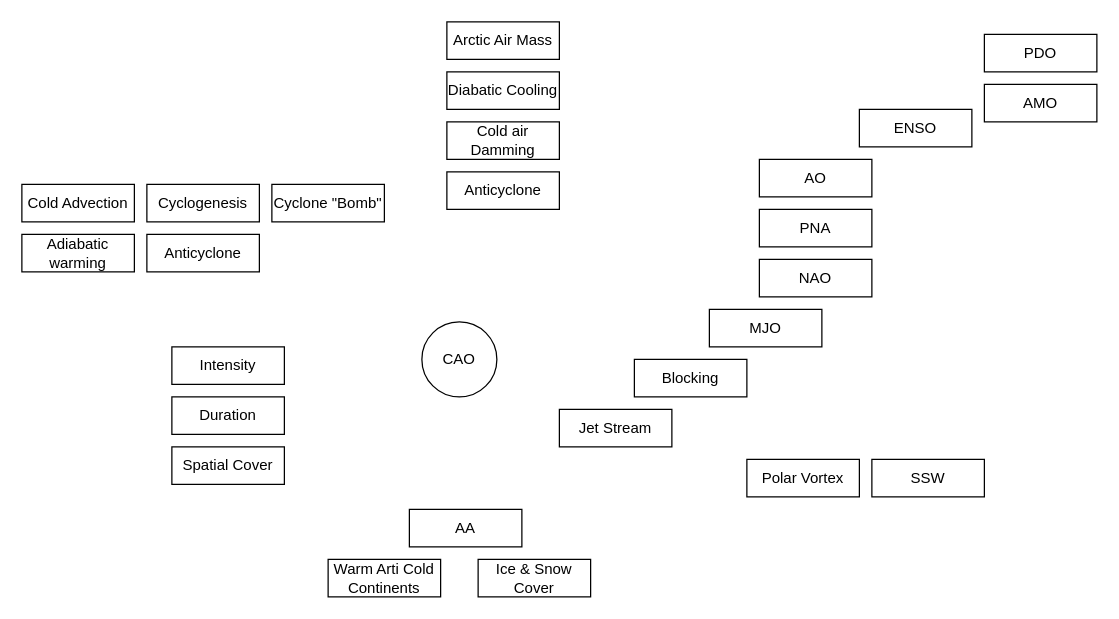
Above: diagrams/CAO.drawio in britols/britols.github.io (draw.io), before the change. Source tidied: cells renumbered, new cells numbered last; positions are measured from the earlier drawing's top-left corner, leaving out a move shared by most shapes. Both pictures are drawn from the tidied source at 125%, with x=0, y=0 at pixel (21, 21).
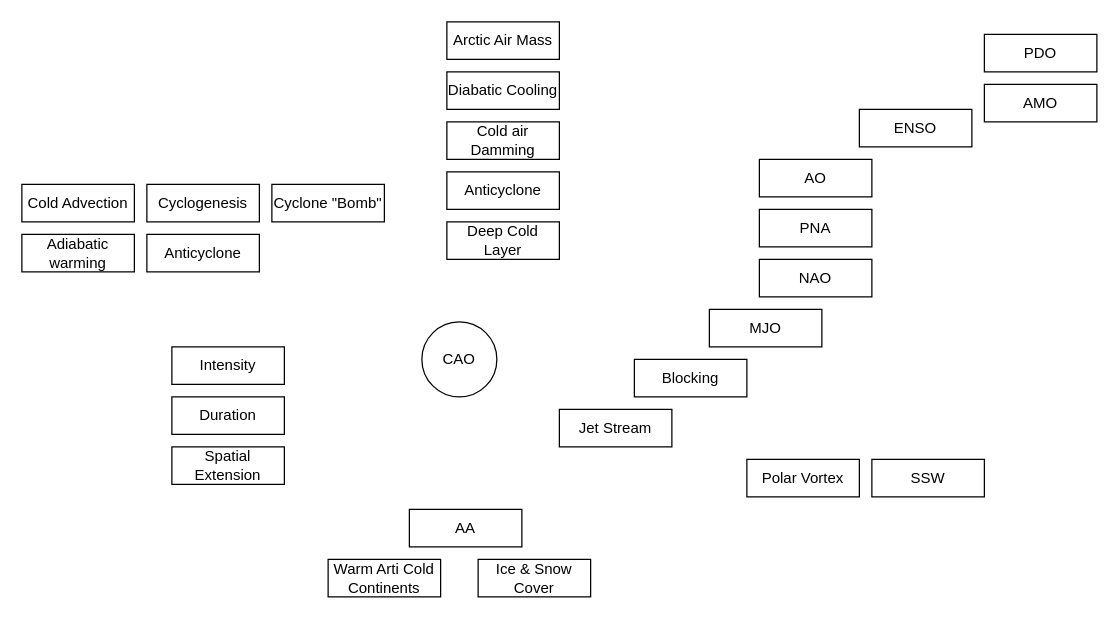
The same diagram, later.

Commit message:
CAO fluxogram update

The edit, as a diff of the source:
```diff
@@
-    <mxCell id="28" value="Spatial Cover" style="rounded=0;whiteSpace=wrap;html=1;" parent="1" vertex="1">
+    <mxCell id="28" value="Spatial Extension" style="rounded=0;whiteSpace=wrap;html=1;" parent="1" vertex="1">
       <mxGeometry x="120" y="340" width="90" height="30" as="geometry" />
     </mxCell>
+    <mxCell id="29" value="Deep Cold Layer" style="rounded=0;whiteSpace=wrap;html=1;" parent="1" vertex="1">
+      <mxGeometry x="340" y="160" width="90" height="30" as="geometry" />
+    </mxCell>
```
